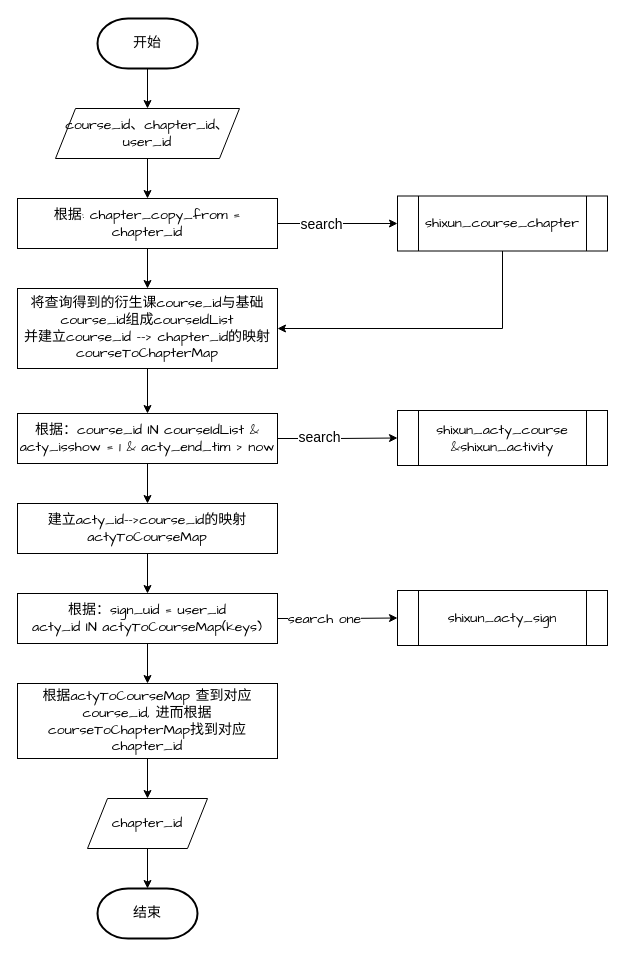
Before: chapter_copy.drawio in rabbitdream/framework, a draw.io diagram. Source tidied: cells renumbered, new cells numbered last; positions are measured from the earlier drawing's top-left corner, leaving out a move shared by most shapes. Both pictures are drawn from the tidied source at 100%, with x=0, y=0 at pixel (17, 18).
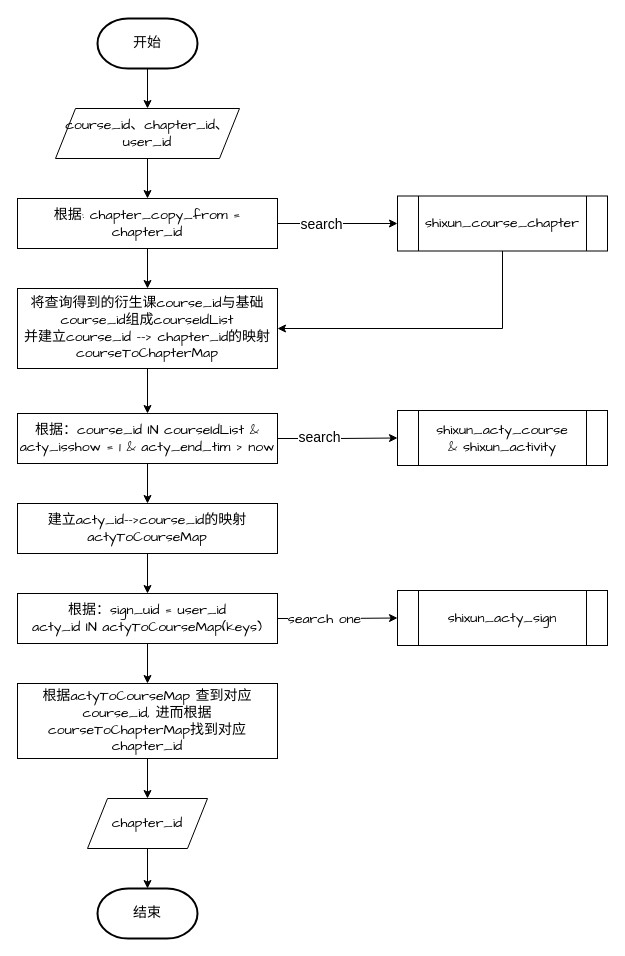
After the change.

Diff of the diagram source:
```diff
@@
-    <mxCell id="18" value="&lt;font style=&quot;font-size: 14px&quot; face=&quot;Comic Sans MS&quot;&gt;shixun_acty_course&lt;br&gt;&amp;amp;shixun_activity&lt;br&gt;&lt;/font&gt;" style="shape=process;whiteSpace=wrap;html=1;backgroundOutline=1;" parent="1" vertex="1">
+    <mxCell id="18" value="&lt;font style=&quot;font-size: 14px&quot; face=&quot;Comic Sans MS&quot;&gt;shixun_acty_course&lt;br&gt;&amp;amp; shixun_activity&lt;br&gt;&lt;/font&gt;" style="shape=process;whiteSpace=wrap;html=1;backgroundOutline=1;" parent="1" vertex="1">
       <mxGeometry x="380" y="392" width="210" height="55" as="geometry" />
     </mxCell>
```
